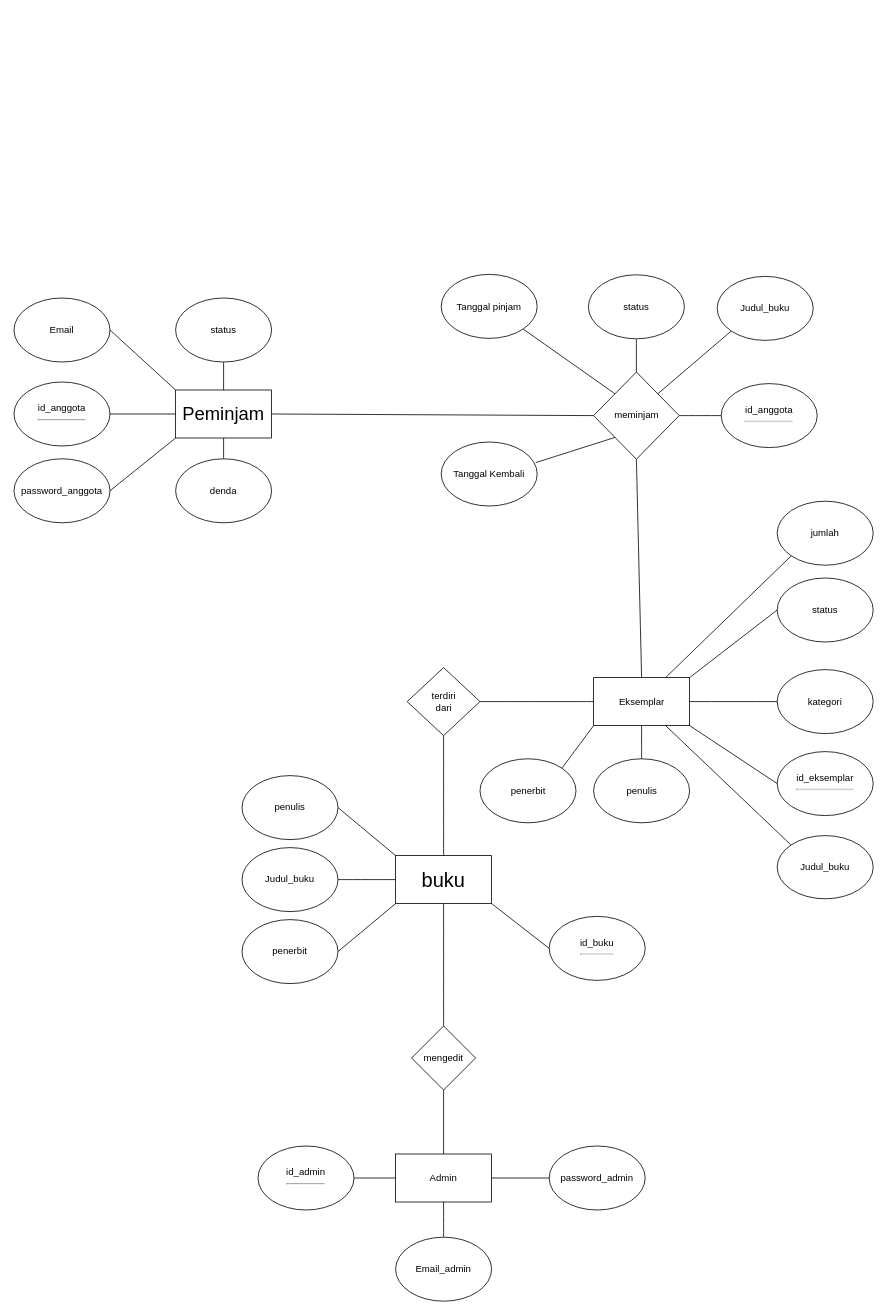
bhimabm/Tugas-sekolah keeps this draw.io diagram as Untitled Diagram.drawio. Above is the earlier version. Source tidied: cells renumbered, new cells numbered last; positions are measured from the earlier drawing's top-left corner, leaving out a move shared by most shapes. Both pictures are drawn from the tidied source at 80%, with x=0, y=0 at pixel (14, 274).
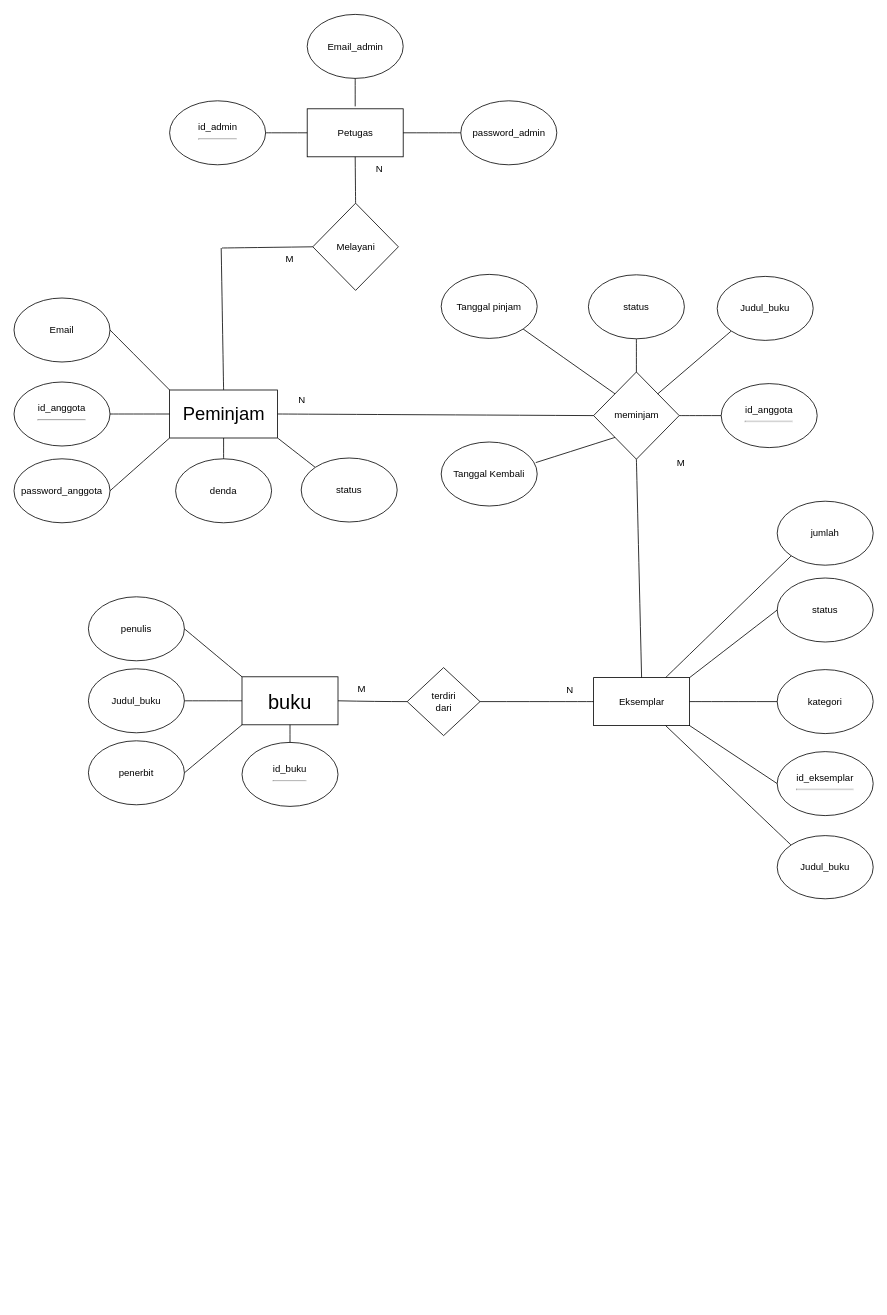
The same page after the edit.

The change refers to these unchanged cells:
```xml
<mxCell id="22" value="terdiri&lt;div&gt;dari&lt;/div&gt;" style="rhombus;whiteSpace=wrap;html=1;" parent="1" vertex="1">
  <mxGeometry x="491.5" y="492" width="91" height="85" as="geometry" />
</mxCell>
<mxCell id="24" value="Eksemplar" style="rounded=0;whiteSpace=wrap;html=1;" parent="1" vertex="1">
  <mxGeometry x="724.5" y="504.5" width="120" height="60" as="geometry" />
</mxCell>
```

Diff of the diagram source:
```diff
@@
     <mxCell id="2" value="&lt;font style=&quot;font-size: 25px;&quot;&gt;buku&lt;/font&gt;" style="rounded=0;whiteSpace=wrap;html=1;" parent="1" vertex="1">
-      <mxGeometry x="477" y="727" width="120" height="60" as="geometry" />
+      <mxGeometry x="285" y="503.5" width="120" height="60" as="geometry" />
     </mxCell>
     <mxCell id="3" value="id_buku&lt;hr&gt;" style="ellipse;whiteSpace=wrap;html=1;" parent="1" vertex="1">
-      <mxGeometry x="669" y="803" width="120" height="80" as="geometry" />
+      <mxGeometry x="285" y="585.5" width="120" height="80" as="geometry" />
     </mxCell>
     <mxCell id="4" value="Judul_buku" style="ellipse;whiteSpace=wrap;html=1;" parent="1" vertex="1">
-      <mxGeometry x="285" y="717" width="120" height="80" as="geometry" />
+      <mxGeometry x="93" y="493.5" width="120" height="80" as="geometry" />
     </mxCell>
@@
     <mxCell id="6" value="penulis" style="ellipse;whiteSpace=wrap;html=1;" parent="1" vertex="1">
-      <mxGeometry x="285" y="627" width="120" height="80" as="geometry" />
+      <mxGeometry x="93" y="403.5" width="120" height="80" as="geometry" />
     </mxCell>
@@
     <mxCell id="8" value="penerbit" style="ellipse;whiteSpace=wrap;html=1;" parent="1" vertex="1">
-      <mxGeometry x="285" y="807" width="120" height="80" as="geometry" />
+      <mxGeometry x="93" y="583.5" width="120" height="80" as="geometry" />
     </mxCell>
@@
     <mxCell id="10" value="&lt;span style=&quot;font-size: 23px;&quot;&gt;Peminjam&lt;/span&gt;" style="rounded=0;whiteSpace=wrap;html=1;" parent="1" vertex="1">
-      <mxGeometry x="202" y="145" width="120" height="60" as="geometry" />
+      <mxGeometry x="194.5" y="145" width="135" height="60" as="geometry" />
     </mxCell>
@@
-    <mxCell id="19" style="endArrow=none;html=1;rounded=0;fontSize=12;startSize=8;endSize=8;curved=1;exitX=1;exitY=1;exitDx=0;exitDy=0;entryX=0;entryY=0.5;entryDx=0;entryDy=0;" parent="1" edge="1" source="2" target="3">
+    <mxCell id="19" style="endArrow=none;html=1;rounded=0;fontSize=12;startSize=8;endSize=8;curved=1;exitX=0.5;exitY=1;exitDx=0;exitDy=0;entryX=0.5;entryY=0;entryDx=0;entryDy=0;" parent="1" edge="1" source="2" target="3">
       <mxGeometry relative="1" as="geometry" />
     </mxCell>
@@
-    <mxCell id="23" style="endArrow=none;html=1;rounded=0;fontSize=12;startSize=8;endSize=8;curved=1;exitX=0.5;exitY=0;exitDx=0;exitDy=0;entryX=0.5;entryY=1;entryDx=0;entryDy=0;" parent="1" edge="1" source="2" target="22">
-      <mxGeometry relative="1" as="geometry" />
+    <mxCell id="23" style="endArrow=none;html=1;rounded=0;fontSize=12;startSize=8;endSize=8;curved=1;entryX=0;entryY=0.5;entryDx=0;entryDy=0;exitX=1;exitY=0.5;exitDx=0;exitDy=0;" parent="1" edge="1" source="2" target="22">
+      <mxGeometry relative="1" as="geometry">
+        <Array as="points">
+          <mxPoint x="453" y="534.5" />
+        </Array>
+      </mxGeometry>
     </mxCell>
@@
-    <mxCell id="34" value="penulis" style="ellipse;whiteSpace=wrap;html=1;" parent="1" vertex="1">
-      <mxGeometry x="724.5" y="606" width="120" height="80" as="geometry" />
-    </mxCell>
-    <mxCell id="35" style="endArrow=none;html=1;rounded=0;fontSize=12;startSize=8;endSize=8;curved=1;exitX=0.5;exitY=0;exitDx=0;exitDy=0;entryX=0.5;entryY=1;entryDx=0;entryDy=0;" parent="1" edge="1" source="34" target="24">
-      <mxGeometry relative="1" as="geometry" />
-    </mxCell>
-    <mxCell id="36" value="penerbit" style="ellipse;whiteSpace=wrap;html=1;" parent="1" vertex="1">
-      <mxGeometry x="582.5" y="606" width="120" height="80" as="geometry" />
-    </mxCell>
-    <mxCell id="37" style="endArrow=none;html=1;rounded=0;fontSize=12;startSize=8;endSize=8;curved=1;exitX=1;exitY=0;exitDx=0;exitDy=0;entryX=0;entryY=1;entryDx=0;entryDy=0;" parent="1" edge="1" source="36" target="24">
-      <mxGeometry relative="1" as="geometry" />
-    </mxCell>
@@
-    <mxCell id="41" style="endArrow=none;html=1;rounded=0;fontSize=12;startSize=8;endSize=8;curved=1;exitX=0.5;exitY=1;exitDx=0;exitDy=0;entryX=0.5;entryY=0;entryDx=0;entryDy=0;" parent="1" edge="1" source="42" target="10">
+    <mxCell id="41" style="endArrow=none;html=1;rounded=0;fontSize=12;startSize=8;endSize=8;curved=1;exitX=1;exitY=1;exitDx=0;exitDy=0;entryX=0;entryY=0;entryDx=0;entryDy=0;" parent="1" edge="1" source="10" target="42">
       <mxGeometry relative="1" as="geometry" />
     </mxCell>
     <mxCell id="42" value="status" style="ellipse;whiteSpace=wrap;html=1;" parent="1" vertex="1">
-      <mxGeometry x="202" y="30" width="120" height="80" as="geometry" />
+      <mxGeometry x="359" y="230" width="120" height="80" as="geometry" />
     </mxCell>
@@
-    <mxCell id="53" value="Admin" style="rounded=0;whiteSpace=wrap;html=1;" parent="1" vertex="1">
-      <mxGeometry x="477" y="1100" width="120" height="60" as="geometry" />
+    <mxCell id="53" value="Petugas" style="rounded=0;whiteSpace=wrap;html=1;" parent="1" vertex="1">
+      <mxGeometry x="366.5" y="-206.5" width="120" height="60" as="geometry" />
     </mxCell>
     <mxCell id="54" value="id_admin&lt;hr&gt;" style="ellipse;whiteSpace=wrap;html=1;" parent="1" vertex="1">
-      <mxGeometry x="305" y="1090" width="120" height="80" as="geometry" />
+      <mxGeometry x="194.5" y="-216.5" width="120" height="80" as="geometry" />
     </mxCell>
@@
     <mxCell id="56" value="password_admin" style="ellipse;whiteSpace=wrap;html=1;" parent="1" vertex="1">
-      <mxGeometry x="669" y="1090" width="120" height="80" as="geometry" />
+      <mxGeometry x="558.5" y="-216.5" width="120" height="80" as="geometry" />
     </mxCell>
@@
     <mxCell id="58" value="Email_admin" style="ellipse;whiteSpace=wrap;html=1;" parent="1" vertex="1">
-      <mxGeometry x="477" y="1204" width="120" height="80" as="geometry" />
+      <mxGeometry x="366.5" y="-324.5" width="120" height="80" as="geometry" />
     </mxCell>
-    <mxCell id="59" style="endArrow=none;html=1;rounded=0;fontSize=12;startSize=8;endSize=8;curved=1;exitX=0.5;exitY=0;exitDx=0;exitDy=0;entryX=0.5;entryY=1;entryDx=0;entryDy=0;" parent="1" edge="1" source="58" target="53">
+    <mxCell id="59" style="endArrow=none;html=1;rounded=0;fontSize=12;startSize=8;endSize=8;curved=1;entryX=0.5;entryY=1;entryDx=0;entryDy=0;exitX=0.5;exitY=0;exitDx=0;exitDy=0;" parent="1" edge="1" source="64" target="53">
       <mxGeometry relative="1" as="geometry" />
     </mxCell>
-    <mxCell id="60" style="endArrow=none;html=1;rounded=0;fontSize=12;startSize=8;endSize=8;curved=1;entryX=0.5;entryY=0;entryDx=0;entryDy=0;exitX=0.5;exitY=1;exitDx=0;exitDy=0;" parent="1" edge="1" source="61" target="53">
-      <mxGeometry relative="1" as="geometry" />
-    </mxCell>
-    <mxCell id="61" value="mengedit" style="rhombus;whiteSpace=wrap;html=1;" parent="1" vertex="1">
-      <mxGeometry x="497" y="940" width="80" height="80" as="geometry" />
-    </mxCell>
-    <mxCell id="62" style="endArrow=none;html=1;rounded=0;fontSize=12;startSize=8;endSize=8;curved=1;entryX=0.5;entryY=1;entryDx=0;entryDy=0;exitX=0.5;exitY=0;exitDx=0;exitDy=0;" parent="1" edge="1" source="61" target="2">
-      <mxGeometry relative="1" as="geometry" />
-    </mxCell>
+    <mxCell id="63" style="endArrow=none;html=1;rounded=0;fontSize=12;startSize=8;endSize=8;curved=1;exitX=0.5;exitY=1;exitDx=0;exitDy=0;" parent="1" edge="1" source="58">
+      <mxGeometry relative="1" as="geometry">
+        <mxPoint x="426.5" y="-209.5" as="targetPoint" />
+      </mxGeometry>
+    </mxCell>
+    <mxCell id="64" value="Melayani" style="rhombus;whiteSpace=wrap;html=1;" parent="1" vertex="1">
+      <mxGeometry x="373.5" y="-88.5" width="107" height="109" as="geometry" />
+    </mxCell>
+    <mxCell id="65" style="endArrow=none;html=1;rounded=0;fontSize=12;startSize=8;endSize=8;curved=1;exitX=0.5;exitY=0;exitDx=0;exitDy=0;" parent="1" edge="1" source="10">
+      <mxGeometry relative="1" as="geometry">
+        <mxPoint x="259" y="-32.5" as="targetPoint" />
+      </mxGeometry>
+    </mxCell>
+    <mxCell id="66" style="endArrow=none;html=1;rounded=0;fontSize=12;startSize=8;endSize=8;curved=1;entryX=0;entryY=0.5;entryDx=0;entryDy=0;" parent="1" edge="1" target="64">
+      <mxGeometry relative="1" as="geometry">
+        <mxPoint x="260" y="-32.5" as="sourcePoint" />
+      </mxGeometry>
+    </mxCell>
+    <mxCell id="67" value="N" style="text;html=1;align=center;verticalAlign=middle;whiteSpace=wrap;rounded=0;" parent="1" vertex="1">
+      <mxGeometry x="426.5" y="-146.5" width="60" height="30" as="geometry" />
+    </mxCell>
+    <mxCell id="68" value="M" style="text;html=1;align=center;verticalAlign=middle;whiteSpace=wrap;rounded=0;" parent="1" vertex="1">
+      <mxGeometry x="315" y="-33.5" width="60" height="30" as="geometry" />
+    </mxCell>
+    <mxCell id="69" value="N" style="text;html=1;align=center;verticalAlign=middle;whiteSpace=wrap;rounded=0;" parent="1" vertex="1">
+      <mxGeometry x="329.5" y="142.5" width="60" height="30" as="geometry" />
+    </mxCell>
+    <mxCell id="70" value="M" style="text;html=1;align=center;verticalAlign=middle;whiteSpace=wrap;rounded=0;" parent="1" vertex="1">
+      <mxGeometry x="804" y="220.5" width="60" height="30" as="geometry" />
+    </mxCell>
+    <mxCell id="71" value="M" style="text;html=1;align=center;verticalAlign=middle;whiteSpace=wrap;rounded=0;" parent="1" vertex="1">
+      <mxGeometry x="405" y="503.5" width="60" height="30" as="geometry" />
+    </mxCell>
+    <mxCell id="72" value="N" style="text;html=1;align=center;verticalAlign=middle;whiteSpace=wrap;rounded=0;" parent="1" vertex="1">
+      <mxGeometry x="664.5" y="504.5" width="60" height="30" as="geometry" />
+    </mxCell>
```
